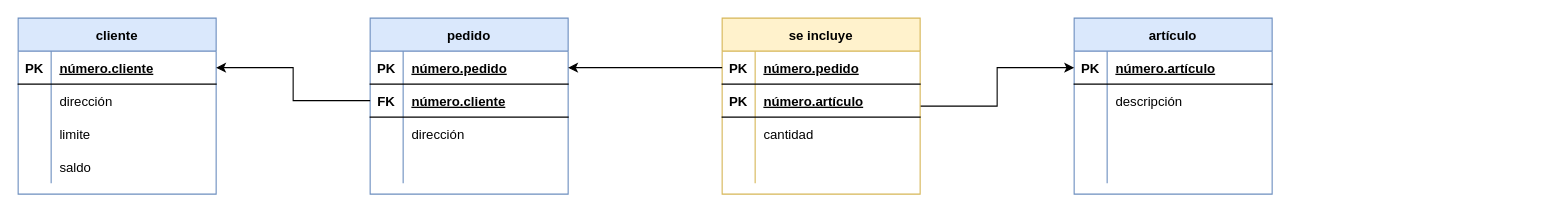
JCarlosAR032/base-de-datos keeps this draw.io diagram as page "Solución 1" (1 of 2) of Tareas/Tema 3/Tarea 3/Tarea 3.drawio. Above is the earlier version. Source tidied: cells renumbered, new cells numbered last; positions are measured from the earlier drawing's top-left corner, leaving out a move shared by most shapes. Both pictures are drawn from the tidied source at 110%, with x=0, y=0 at pixel (18, 18).
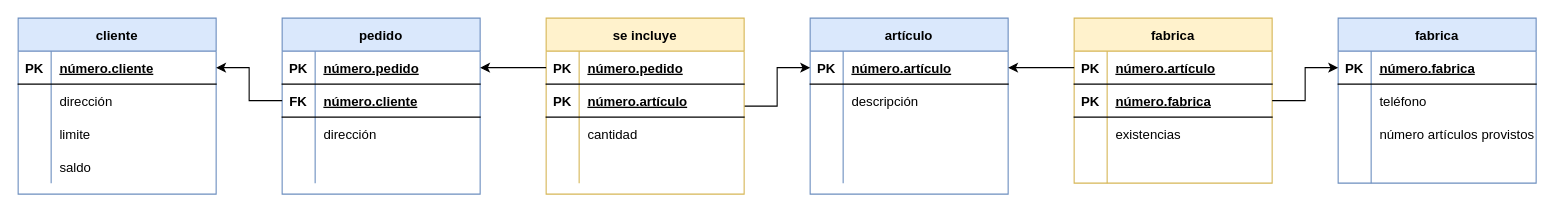
Above is the later version.

Unchanged cells that the change refers to:
```xml
<mxCell id="29" style="shape=tableRow;horizontal=0;startSize=0;swimlaneHead=0;swimlaneBody=0;fillColor=none;points=[[0,0.5],[1,0.5]];portConstraint=eastwest;top=0;left=0;right=0;bottom=1;" parent="28" vertex="1">
  <mxGeometry y="30" width="180" height="30" as="geometry" />
</mxCell>
```

Diff of the diagram source:
```diff
@@
     <mxCell id="15" value="pedido" style="shape=table;startSize=30;childLayout=tableLayout;rowLines=0;fontStyle=1;align=center;fillColor=#dae8fc;strokeColor=#6c8ebf;" parent="1" vertex="1">
-      <mxGeometry x="320" width="180" height="160" as="geometry" />
+      <mxGeometry x="240" width="180" height="160" as="geometry" />
     </mxCell>
@@
     <mxCell id="28" value="artículo" style="shape=table;startSize=30;childLayout=tableLayout;rowLines=0;fontStyle=1;align=center;fillColor=#dae8fc;strokeColor=#6c8ebf;" parent="1" vertex="1">
-      <mxGeometry x="960" width="180" height="160" as="geometry" />
+      <mxGeometry x="720" width="180" height="160" as="geometry" />
     </mxCell>
@@
     <mxCell id="43" value="se incluye" style="shape=table;startSize=30;childLayout=tableLayout;rowLines=0;fontStyle=1;align=center;fillColor=#fff2cc;strokeColor=#d6b656;" parent="1" vertex="1">
-      <mxGeometry x="640" width="180" height="160" as="geometry" />
+      <mxGeometry x="480" width="180" height="160" as="geometry" />
     </mxCell>
@@
+    <mxCell id="57" value="fabrica" style="shape=table;startSize=30;childLayout=tableLayout;rowLines=0;fontStyle=1;align=center;fillColor=#fff2cc;strokeColor=#d6b656;" parent="1" vertex="1">
+      <mxGeometry x="960" width="180" height="150" as="geometry" />
+    </mxCell>
+    <mxCell id="58" style="shape=tableRow;horizontal=0;startSize=0;swimlaneHead=0;swimlaneBody=0;fillColor=none;points=[[0,0.5],[1,0.5]];portConstraint=eastwest;top=0;left=0;right=0;bottom=1;" parent="57" vertex="1">
+      <mxGeometry y="30" width="180" height="30" as="geometry" />
+    </mxCell>
+    <mxCell id="59" value="PK" style="shape=partialRectangle;fillColor=none;top=0;left=0;bottom=0;right=0;fontStyle=1;overflow=hidden;" parent="58" vertex="1">
+      <mxGeometry width="30" height="30" as="geometry" />
+    </mxCell>
+    <mxCell id="60" value="número.artículo" style="shape=partialRectangle;fillColor=none;top=0;left=0;bottom=0;right=0;align=left;spacingLeft=6;fontStyle=5;overflow=hidden;" parent="58" vertex="1">
+      <mxGeometry x="30" width="150" height="30" as="geometry" />
+    </mxCell>
+    <mxCell id="61" style="shape=tableRow;horizontal=0;startSize=0;swimlaneHead=0;swimlaneBody=0;fillColor=none;points=[[0,0.5],[1,0.5]];portConstraint=eastwest;top=0;left=0;right=0;bottom=1;" parent="57" vertex="1">
+      <mxGeometry y="60" width="180" height="30" as="geometry" />
+    </mxCell>
+    <mxCell id="62" value="PK" style="shape=partialRectangle;fillColor=none;top=0;left=0;bottom=0;right=0;fontStyle=1;overflow=hidden;" parent="61" vertex="1">
+      <mxGeometry width="30" height="30" as="geometry" />
+    </mxCell>
+    <mxCell id="63" value="número.fabrica" style="shape=partialRectangle;fillColor=none;top=0;left=0;bottom=0;right=0;align=left;spacingLeft=6;fontStyle=5;overflow=hidden;" parent="61" vertex="1">
+      <mxGeometry x="30" width="150" height="30" as="geometry" />
+    </mxCell>
+    <mxCell id="64" style="shape=tableRow;horizontal=0;startSize=0;swimlaneHead=0;swimlaneBody=0;fillColor=none;top=0;left=0;right=0;bottom=0;" parent="57" vertex="1">
+      <mxGeometry y="90" width="180" height="30" as="geometry" />
+    </mxCell>
+    <mxCell id="65" style="shape=partialRectangle;fillColor=none;top=0;left=0;bottom=0;right=0;overflow=hidden;" parent="64" vertex="1">
+      <mxGeometry width="30" height="30" as="geometry" />
+    </mxCell>
+    <mxCell id="66" value="existencias" style="shape=partialRectangle;fillColor=none;top=0;left=0;bottom=0;right=0;align=left;spacingLeft=6;overflow=hidden;" parent="64" vertex="1">
+      <mxGeometry x="30" width="150" height="30" as="geometry" />
+    </mxCell>
+    <mxCell id="67" style="shape=tableRow;horizontal=0;startSize=0;swimlaneHead=0;swimlaneBody=0;fillColor=none;top=0;left=0;right=0;bottom=0;" parent="57" vertex="1">
+      <mxGeometry y="120" width="180" height="30" as="geometry" />
+    </mxCell>
+    <mxCell id="68" style="shape=partialRectangle;fillColor=none;top=0;left=0;bottom=0;right=0;overflow=hidden;" parent="67" vertex="1">
+      <mxGeometry width="30" height="30" as="geometry" />
+    </mxCell>
+    <mxCell id="69" style="shape=partialRectangle;fillColor=none;top=0;left=0;bottom=0;right=0;align=left;spacingLeft=6;overflow=hidden;" parent="67" vertex="1">
+      <mxGeometry x="30" width="150" height="30" as="geometry" />
+    </mxCell>
+    <mxCell id="70" value="fabrica" style="shape=table;startSize=30;childLayout=tableLayout;rowLines=0;fontStyle=1;align=center;fillColor=#dae8fc;strokeColor=#6c8ebf;" parent="1" vertex="1">
+      <mxGeometry x="1200" width="180" height="150" as="geometry" />
+    </mxCell>
+    <mxCell id="71" style="shape=tableRow;horizontal=0;startSize=0;swimlaneHead=0;swimlaneBody=0;fillColor=none;points=[[0,0.5],[1,0.5]];portConstraint=eastwest;top=0;left=0;right=0;bottom=1;" parent="70" vertex="1">
+      <mxGeometry y="30" width="180" height="30" as="geometry" />
+    </mxCell>
+    <mxCell id="72" value="PK" style="shape=partialRectangle;fillColor=none;top=0;left=0;bottom=0;right=0;fontStyle=1;overflow=hidden;" parent="71" vertex="1">
+      <mxGeometry width="30" height="30" as="geometry" />
+    </mxCell>
+    <mxCell id="73" value="número.fabrica" style="shape=partialRectangle;fillColor=none;top=0;left=0;bottom=0;right=0;align=left;spacingLeft=6;fontStyle=5;overflow=hidden;" parent="71" vertex="1">
+      <mxGeometry x="30" width="150" height="30" as="geometry" />
+    </mxCell>
+    <mxCell id="74" style="shape=tableRow;horizontal=0;startSize=0;swimlaneHead=0;swimlaneBody=0;fillColor=none;top=0;left=0;right=0;bottom=0;" parent="70" vertex="1">
+      <mxGeometry y="60" width="180" height="30" as="geometry" />
+    </mxCell>
+    <mxCell id="75" style="shape=partialRectangle;fillColor=none;top=0;left=0;bottom=0;right=0;overflow=hidden;" parent="74" vertex="1">
+      <mxGeometry width="30" height="30" as="geometry" />
+    </mxCell>
+    <mxCell id="76" value="teléfono" style="shape=partialRectangle;fillColor=none;top=0;left=0;bottom=0;right=0;align=left;spacingLeft=6;overflow=hidden;" parent="74" vertex="1">
+      <mxGeometry x="30" width="150" height="30" as="geometry" />
+    </mxCell>
+    <mxCell id="77" style="shape=tableRow;horizontal=0;startSize=0;swimlaneHead=0;swimlaneBody=0;fillColor=none;top=0;left=0;right=0;bottom=0;" parent="70" vertex="1">
+      <mxGeometry y="90" width="180" height="30" as="geometry" />
+    </mxCell>
+    <mxCell id="78" style="shape=partialRectangle;fillColor=none;top=0;left=0;bottom=0;right=0;overflow=hidden;" parent="77" vertex="1">
+      <mxGeometry width="30" height="30" as="geometry" />
+    </mxCell>
+    <mxCell id="79" value="número artículos provistos" style="shape=partialRectangle;fillColor=none;top=0;left=0;bottom=0;right=0;align=left;spacingLeft=6;overflow=hidden;" parent="77" vertex="1">
+      <mxGeometry x="30" width="150" height="30" as="geometry" />
+    </mxCell>
+    <mxCell id="80" style="shape=tableRow;horizontal=0;startSize=0;swimlaneHead=0;swimlaneBody=0;fillColor=none;top=0;left=0;right=0;bottom=0;" parent="70" vertex="1">
+      <mxGeometry y="120" width="180" height="30" as="geometry" />
+    </mxCell>
+    <mxCell id="81" style="shape=partialRectangle;fillColor=none;top=0;left=0;bottom=0;right=0;overflow=hidden;" parent="80" vertex="1">
+      <mxGeometry width="30" height="30" as="geometry" />
+    </mxCell>
+    <mxCell id="82" style="shape=partialRectangle;fillColor=none;top=0;left=0;bottom=0;right=0;align=left;spacingLeft=6;overflow=hidden;" parent="80" vertex="1">
+      <mxGeometry x="30" width="150" height="30" as="geometry" />
+    </mxCell>
+    <mxCell id="83" style="edgeStyle=orthogonalEdgeStyle;rounded=0;jettySize=auto;html=1;exitX=1;exitY=0.5;exitDx=0;exitDy=0;entryX=0;entryY=0.5;entryDx=0;entryDy=0;" parent="1" edge="1" source="61" target="71">
+      <mxGeometry relative="1" as="geometry" />
+    </mxCell>
+    <mxCell id="84" style="edgeStyle=orthogonalEdgeStyle;rounded=0;jettySize=auto;html=1;exitX=0;exitY=0.5;exitDx=0;exitDy=0;entryX=1;entryY=0.5;entryDx=0;entryDy=0;" parent="1" edge="1" source="58" target="29">
+      <mxGeometry relative="1" as="geometry" />
+    </mxCell>
```
